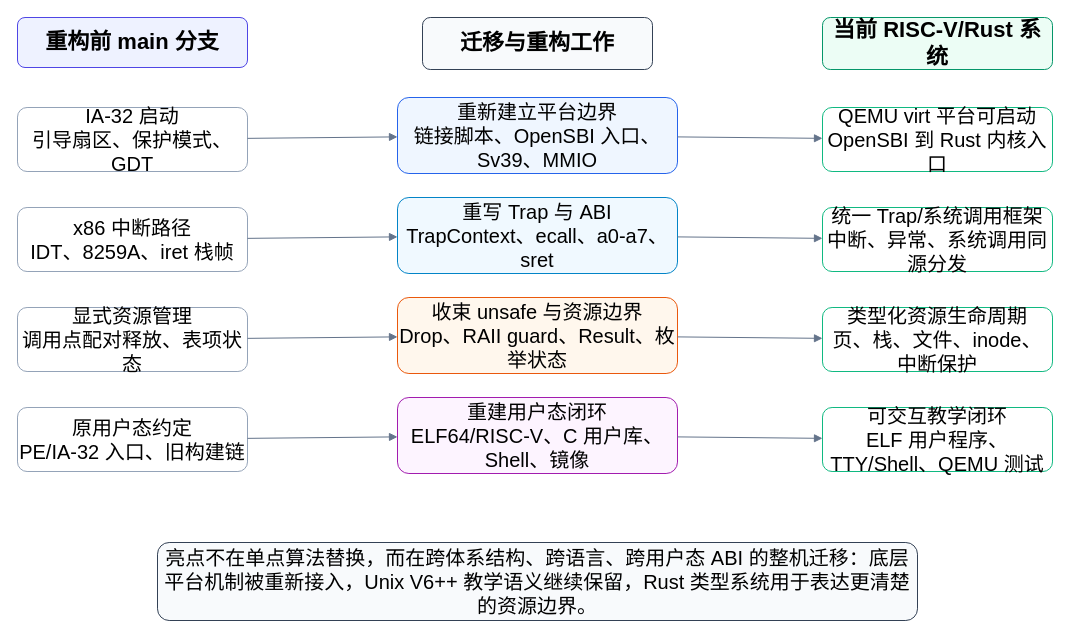
The draw.io diagram figures/refactor-highlight-map.drawio in greatbridf/Thesis, before the edit. Source tidied: cells renumbered, new cells numbered last; positions are measured from the earlier drawing's top-left corner, leaving out a move shared by most shapes. Both pictures are drawn from the tidied source at 100%, with x=0, y=0 at pixel (17, 17).
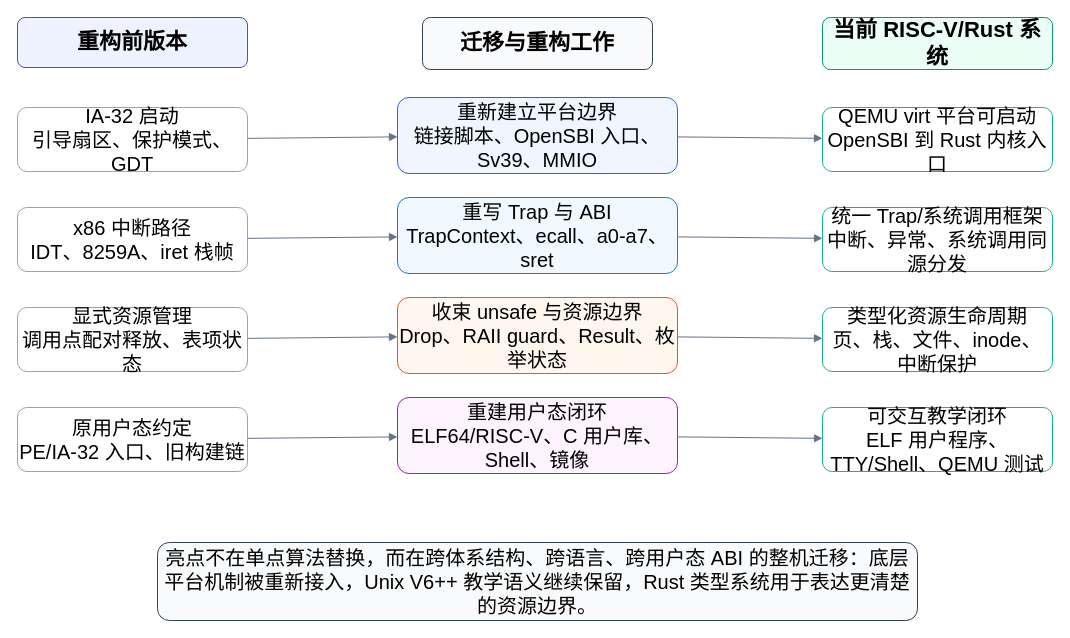
After the change.

Diff of the diagram source:
```diff
@@
-    <mxCell id="2" value="重构前 main 分支" style="rounded=1;whiteSpace=wrap;html=1;fillColor=#eef2ff;strokeColor=#4f46e5;fontSize=22;fontStyle=1;" parent="1" vertex="1">
+    <mxCell id="2" value="重构前版本" style="rounded=1;whiteSpace=wrap;html=1;fillColor=#eef2ff;strokeColor=#4f46e5;fontSize=22;fontStyle=1;" parent="1" vertex="1">
       <mxGeometry width="230" height="50" as="geometry" />
     </mxCell>
```
